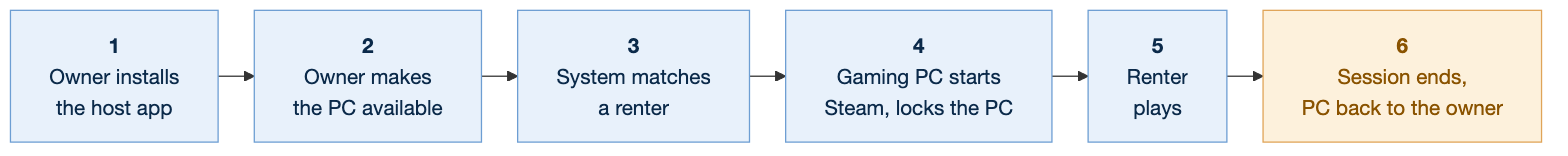
tomnotthomas/distributed_gaming keeps this Mermaid diagram as docs/diagrams/host-workflow.png. Above is the earlier version. Its source is kept beside it as docs/diagrams/host-workflow.mmd.
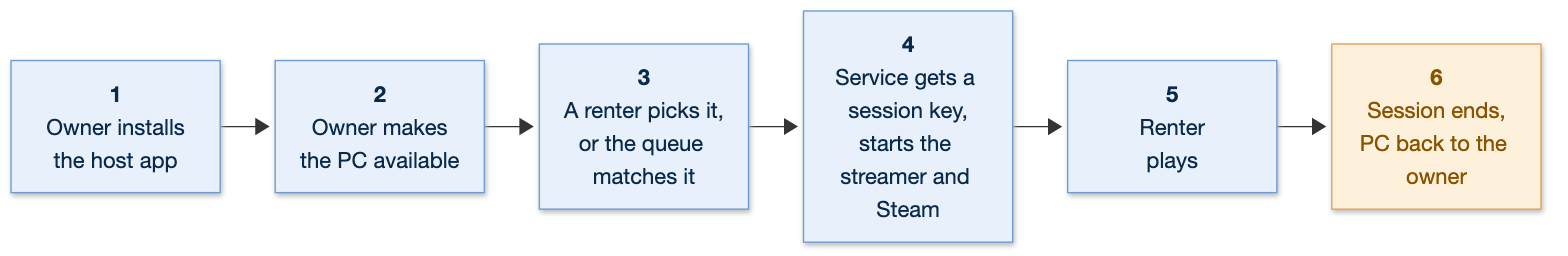
The same file after the commit.

Diff of the diagram source:
```diff
@@ -15,7 +15,7 @@
     svg, text, span, p, div { font-family: "Helvetica Neue", Helvetica, Arial, sans-serif !important; }
 ---
 flowchart LR
-  S1["<b>1</b><br/>Owner installs<br/>the host app"] --> S2["<b>2</b><br/>Owner makes<br/>the PC available"] --> S3["<b>3</b><br/>System matches<br/>a renter"] --> S4["<b>4</b><br/>Gaming PC starts<br/>Steam, locks the PC"] --> S5["<b>5</b><br/>Renter<br/>plays"] --> S6["<b>6</b><br/>Session ends,<br/>PC back to the owner"]
+  S1["<b>1</b><br/>Owner installs<br/>the host app"] --> S2["<b>2</b><br/>Owner makes<br/>the PC available"] --> S3["<b>3</b><br/>A renter picks it,<br/>or the queue matches it"] --> S4["<b>4</b><br/>Service gets a session key,<br/>starts the streamer and Steam"] --> S5["<b>5</b><br/>Renter<br/>plays"] --> S6["<b>6</b><br/>Session ends,<br/>PC back to the owner"]
 
   classDef step fill:#e8f1fb,stroke:#6d9ed3,color:#0b2a4a
   classDef done fill:#fdf1dc,stroke:#e0a458,color:#8a5300
```
